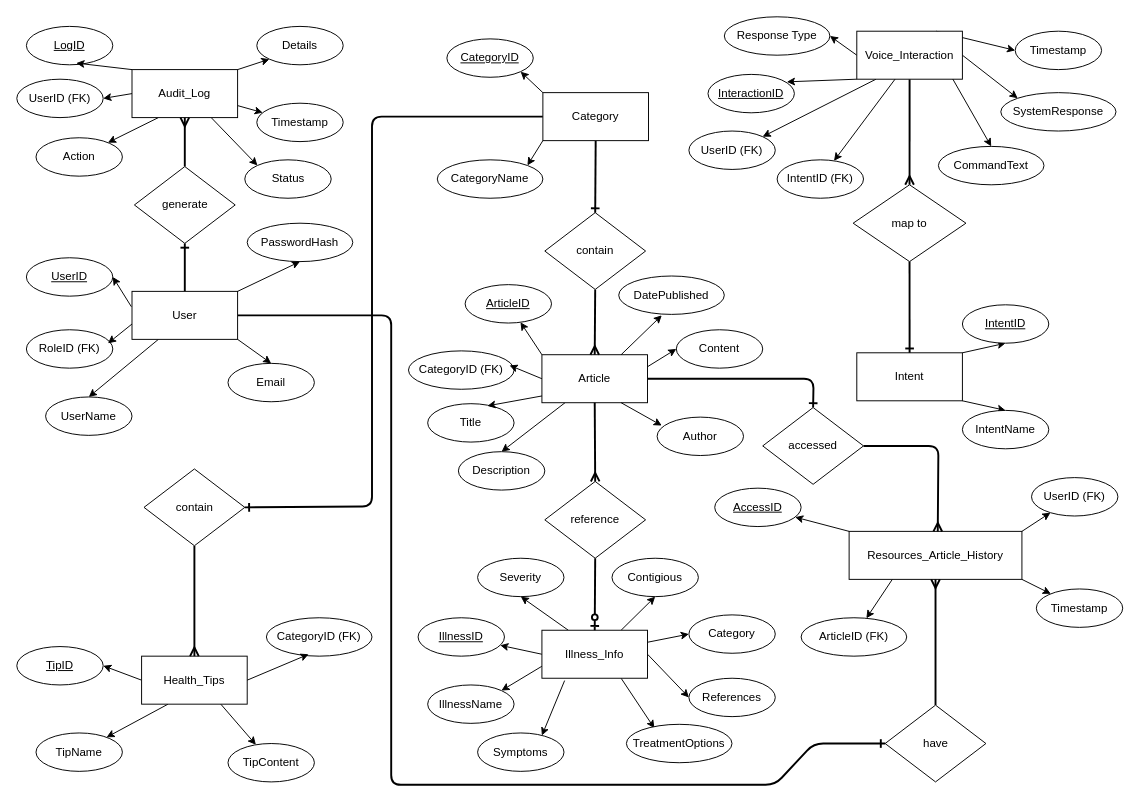
Before: MediHelp/src/entity-relationship-diagram/medihelp2.drawio in BlueXhima/MediHelp, a draw.io diagram. Source tidied: cells renumbered, new cells numbered last; positions are measured from the earlier drawing's top-left corner, leaving out a move shared by most shapes. Both pictures are drawn from the tidied source at 96%, with x=0, y=0 at pixel (16, 16).
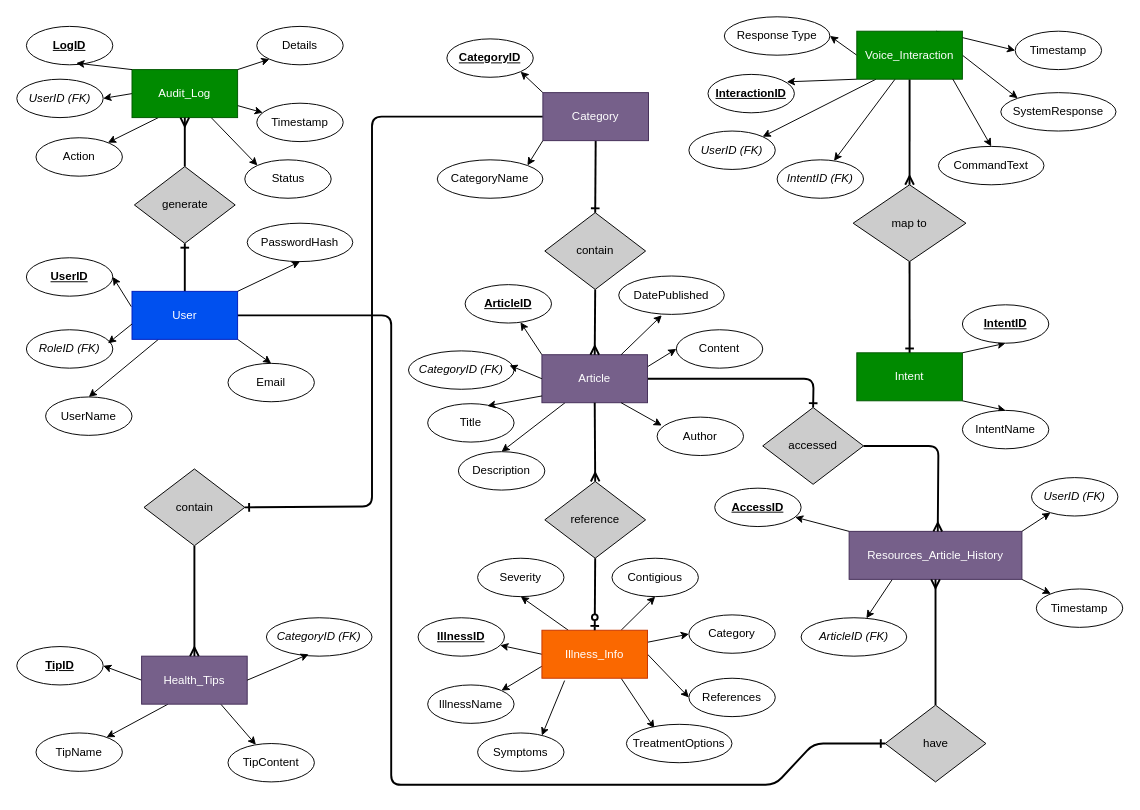
The same diagram, later.

Commit message (it also covers changes not shown here):
Adding colors for Entity Attributes and Relationship

Pa-check kung oks lang yung colors. Tas pacheck narin system if may nagkaligtaan tayong entities at attributes na ilagay.

Diff of the diagram source:
```diff
@@
-    <mxCell id="6" value="Category" style="rounded=0;whiteSpace=wrap;html=1;fontFamily=Helvetica;" parent="1" vertex="1">
+    <mxCell id="6" value="Category" style="rounded=0;whiteSpace=wrap;html=1;fontFamily=Helvetica;fillColor=#76608a;fontColor=#ffffff;strokeColor=#432D57;" parent="1" vertex="1">
       <mxGeometry x="548" y="79" width="110" height="50" as="geometry" />
     </mxCell>
-    <mxCell id="7" value="&lt;u&gt;CategoryID&lt;/u&gt;" style="ellipse;whiteSpace=wrap;html=1;" parent="1" vertex="1">
+    <mxCell id="7" value="&lt;u&gt;CategoryID&lt;/u&gt;" style="ellipse;whiteSpace=wrap;html=1;fontStyle=1;" parent="1" vertex="1">
       <mxGeometry x="448" y="23" width="90" height="40" as="geometry" />
     </mxCell>
@@
-    <mxCell id="13" value="Article" style="rounded=0;whiteSpace=wrap;html=1;fontFamily=Helvetica;" parent="1" vertex="1">
+    <mxCell id="13" value="Article" style="rounded=0;whiteSpace=wrap;html=1;fontFamily=Helvetica;fillColor=#76608a;fontColor=#ffffff;strokeColor=#432D57;" parent="1" vertex="1">
       <mxGeometry x="547" y="352" width="110" height="50" as="geometry" />
     </mxCell>
-    <mxCell id="14" value="&lt;u&gt;ArticleID&lt;/u&gt;" style="ellipse;whiteSpace=wrap;html=1;" parent="1" vertex="1">
+    <mxCell id="14" value="&lt;u&gt;ArticleID&lt;/u&gt;" style="ellipse;whiteSpace=wrap;html=1;fontStyle=1;" parent="1" vertex="1">
       <mxGeometry x="467" y="279" width="90" height="40" as="geometry" />
     </mxCell>
-    <mxCell id="15" value="CategoryID (FK)" style="ellipse;whiteSpace=wrap;html=1;" parent="1" vertex="1">
+    <mxCell id="15" value="CategoryID (FK)" style="ellipse;whiteSpace=wrap;html=1;fontStyle=2;" parent="1" vertex="1">
       <mxGeometry x="408" y="348" width="110" height="40" as="geometry" />
     </mxCell>
@@
-    <mxCell id="28" value="Health_Tips" style="rounded=0;whiteSpace=wrap;html=1;fontFamily=Helvetica;" parent="1" vertex="1">
+    <mxCell id="28" value="Health_Tips" style="rounded=0;whiteSpace=wrap;html=1;fontFamily=Helvetica;fillColor=#76608a;fontColor=#ffffff;strokeColor=#432D57;" parent="1" vertex="1">
       <mxGeometry x="130" y="666" width="110" height="50" as="geometry" />
     </mxCell>
-    <mxCell id="29" value="&lt;u&gt;TipID&lt;/u&gt;" style="ellipse;whiteSpace=wrap;html=1;" parent="1" vertex="1">
+    <mxCell id="29" value="&lt;u&gt;TipID&lt;/u&gt;" style="ellipse;whiteSpace=wrap;html=1;fontStyle=1;" parent="1" vertex="1">
       <mxGeometry y="656" width="90" height="40" as="geometry" />
     </mxCell>
@@
-    <mxCell id="32" value="CategoryID (FK)" style="ellipse;whiteSpace=wrap;html=1;" parent="1" vertex="1">
+    <mxCell id="32" value="CategoryID (FK)" style="ellipse;whiteSpace=wrap;html=1;fontStyle=2;" parent="1" vertex="1">
       <mxGeometry x="260" y="626" width="110" height="40" as="geometry" />
     </mxCell>
@@
-    <mxCell id="38" value="Resources_Article_History" style="rounded=0;whiteSpace=wrap;html=1;fontFamily=Helvetica;" parent="1" vertex="1">
+    <mxCell id="38" value="Resources_Article_History" style="rounded=0;whiteSpace=wrap;html=1;fontFamily=Helvetica;fillColor=#76608a;fontColor=#ffffff;strokeColor=#432D57;" parent="1" vertex="1">
       <mxGeometry x="867" y="536" width="180" height="50" as="geometry" />
     </mxCell>
-    <mxCell id="39" value="&lt;u&gt;AccessID&lt;/u&gt;" style="ellipse;whiteSpace=wrap;html=1;" parent="1" vertex="1">
+    <mxCell id="39" value="&lt;u&gt;AccessID&lt;/u&gt;" style="ellipse;whiteSpace=wrap;html=1;fontStyle=1;" parent="1" vertex="1">
       <mxGeometry x="727" y="491" width="90" height="40" as="geometry" />
     </mxCell>
-    <mxCell id="40" value="UserID (FK)" style="ellipse;whiteSpace=wrap;html=1;" parent="1" vertex="1">
+    <mxCell id="40" value="UserID (FK)" style="ellipse;whiteSpace=wrap;html=1;fontStyle=2;" parent="1" vertex="1">
       <mxGeometry x="1057" y="480" width="90" height="40" as="geometry" />
     </mxCell>
-    <mxCell id="41" value="ArticleID (FK)" style="ellipse;whiteSpace=wrap;html=1;" parent="1" vertex="1">
+    <mxCell id="41" value="ArticleID (FK)" style="ellipse;whiteSpace=wrap;html=1;fontStyle=2;" parent="1" vertex="1">
       <mxGeometry x="817" y="626" width="110" height="40" as="geometry" />
     </mxCell>
@@
-    <mxCell id="45" value="Intent" style="rounded=0;whiteSpace=wrap;html=1;fontFamily=Helvetica;" parent="1" vertex="1">
+    <mxCell id="45" value="Intent" style="rounded=0;whiteSpace=wrap;html=1;fontFamily=Helvetica;fillColor=#008a00;fontColor=#ffffff;strokeColor=#005700;" parent="1" vertex="1">
       <mxGeometry x="875" y="350" width="110" height="50" as="geometry" />
     </mxCell>
@@
-    <mxCell id="51" value="Audit_Log" style="rounded=0;whiteSpace=wrap;html=1;fontFamily=Helvetica;" parent="1" vertex="1">
+    <mxCell id="51" value="Audit_Log" style="rounded=0;whiteSpace=wrap;html=1;fontFamily=Helvetica;fillColor=#008a00;fontColor=#ffffff;strokeColor=#005700;" parent="1" vertex="1">
       <mxGeometry x="120" y="55" width="110" height="50" as="geometry" />
     </mxCell>
-    <mxCell id="52" value="&lt;u&gt;LogID&lt;/u&gt;" style="ellipse;whiteSpace=wrap;html=1;" parent="1" vertex="1">
+    <mxCell id="52" value="&lt;u&gt;LogID&lt;/u&gt;" style="ellipse;whiteSpace=wrap;html=1;fontStyle=1;" parent="1" vertex="1">
       <mxGeometry x="10" y="10" width="90" height="40" as="geometry" />
     </mxCell>
-    <mxCell id="53" value="UserID (FK)" style="ellipse;whiteSpace=wrap;html=1;" parent="1" vertex="1">
+    <mxCell id="53" value="UserID (FK)" style="ellipse;whiteSpace=wrap;html=1;fontStyle=2;" parent="1" vertex="1">
       <mxGeometry y="65" width="90" height="40" as="geometry" />
     </mxCell>
@@
-    <mxCell id="58" value="&lt;u&gt;IntentID&lt;/u&gt;" style="ellipse;whiteSpace=wrap;html=1;" parent="1" vertex="1">
+    <mxCell id="58" value="&lt;u&gt;IntentID&lt;/u&gt;" style="ellipse;whiteSpace=wrap;html=1;fontStyle=1;" parent="1" vertex="1">
       <mxGeometry x="985" y="300" width="90" height="40" as="geometry" />
     </mxCell>
@@
-    <mxCell id="67" value="Voice_Interaction" style="rounded=0;whiteSpace=wrap;html=1;fontFamily=Helvetica;" parent="1" vertex="1">
+    <mxCell id="67" value="Voice_Interaction" style="rounded=0;whiteSpace=wrap;html=1;fontFamily=Helvetica;fillColor=#008a00;fontColor=#ffffff;strokeColor=#005700;" parent="1" vertex="1">
       <mxGeometry x="875" y="15" width="110" height="50" as="geometry" />
     </mxCell>
-    <mxCell id="68" value="&lt;u&gt;InteractionID&lt;/u&gt;" style="ellipse;whiteSpace=wrap;html=1;" parent="1" vertex="1">
+    <mxCell id="68" value="&lt;u&gt;InteractionID&lt;/u&gt;" style="ellipse;whiteSpace=wrap;html=1;fontStyle=1;" parent="1" vertex="1">
       <mxGeometry x="720" y="60" width="90" height="40" as="geometry" />
     </mxCell>
-    <mxCell id="69" value="UserID (FK)" style="ellipse;whiteSpace=wrap;html=1;" parent="1" vertex="1">
+    <mxCell id="69" value="UserID (FK)" style="ellipse;whiteSpace=wrap;html=1;fontStyle=2;" parent="1" vertex="1">
       <mxGeometry x="700.1" y="119" width="90" height="40" as="geometry" />
     </mxCell>
-    <mxCell id="70" value="IntentID (FK)" style="ellipse;whiteSpace=wrap;html=1;" parent="1" vertex="1">
+    <mxCell id="70" value="IntentID (FK)" style="ellipse;whiteSpace=wrap;html=1;fontStyle=2;" parent="1" vertex="1">
       <mxGeometry x="792" y="149" width="90" height="40" as="geometry" />
     </mxCell>
@@
-    <mxCell id="76" value="map to" style="rhombus;whiteSpace=wrap;html=1;" parent="1" vertex="1">
+    <mxCell id="76" value="map to" style="rhombus;whiteSpace=wrap;html=1;fillColor=#CCCCCC;fontStyle=0;" parent="1" vertex="1">
       <mxGeometry x="871.2" y="175" width="117.5" height="80" as="geometry" />
     </mxCell>
@@
-    <mxCell id="83" value="User" style="rounded=0;whiteSpace=wrap;html=1;fontFamily=Helvetica;" parent="1" vertex="1">
+    <mxCell id="83" value="User" style="rounded=0;whiteSpace=wrap;html=1;fontFamily=Helvetica;fillColor=#0050ef;fontColor=#ffffff;strokeColor=#001DBC;" parent="1" vertex="1">
       <mxGeometry x="120" y="286" width="110" height="50" as="geometry" />
     </mxCell>
-    <mxCell id="84" value="&lt;u&gt;UserID&lt;/u&gt;" style="ellipse;whiteSpace=wrap;html=1;" parent="1" vertex="1">
+    <mxCell id="84" value="&lt;u&gt;UserID&lt;/u&gt;" style="ellipse;whiteSpace=wrap;html=1;fontStyle=1;" parent="1" vertex="1">
       <mxGeometry x="10" y="251" width="90" height="40" as="geometry" />
     </mxCell>
@@
-    <mxCell id="88" value="RoleID (FK)" style="ellipse;whiteSpace=wrap;html=1;" parent="1" vertex="1">
+    <mxCell id="88" value="RoleID (FK)" style="ellipse;whiteSpace=wrap;html=1;fontStyle=2;" parent="1" vertex="1">
       <mxGeometry x="10" y="326" width="90" height="40" as="geometry" />
     </mxCell>
@@
-    <mxCell id="91" value="generate" style="rhombus;whiteSpace=wrap;html=1;" parent="1" vertex="1">
+    <mxCell id="91" value="generate" style="rhombus;whiteSpace=wrap;html=1;fillColor=#CCCCCC;fontStyle=0;" parent="1" vertex="1">
       <mxGeometry x="122.5" y="156" width="105" height="80" as="geometry" />
     </mxCell>
@@
-    <mxCell id="93" value="contain" style="rhombus;whiteSpace=wrap;html=1;" parent="1" vertex="1">
+    <mxCell id="93" value="contain" style="rhombus;whiteSpace=wrap;html=1;fillColor=#CCCCCC;fontStyle=0;" parent="1" vertex="1">
       <mxGeometry x="550" y="204" width="105" height="80" as="geometry" />
     </mxCell>
@@
-    <mxCell id="102" value="Illness_Info" style="rounded=0;whiteSpace=wrap;html=1;fontFamily=Helvetica;" parent="1" vertex="1">
+    <mxCell id="102" value="Illness_Info" style="rounded=0;whiteSpace=wrap;html=1;fontFamily=Helvetica;fillColor=#fa6800;fontColor=#FFFFFF;strokeColor=#C73500;" parent="1" vertex="1">
       <mxGeometry x="547" y="639" width="110" height="50" as="geometry" />
     </mxCell>
-    <mxCell id="103" value="&lt;u&gt;IllnessID&lt;/u&gt;" style="ellipse;whiteSpace=wrap;html=1;" parent="1" vertex="1">
+    <mxCell id="103" value="&lt;u&gt;IllnessID&lt;/u&gt;" style="ellipse;whiteSpace=wrap;html=1;fontStyle=1;" parent="1" vertex="1">
       <mxGeometry x="418" y="626" width="90" height="40" as="geometry" />
     </mxCell>
@@
-    <mxCell id="109" value="reference" style="rhombus;whiteSpace=wrap;html=1;" parent="1" vertex="1">
+    <mxCell id="109" value="reference" style="rhombus;whiteSpace=wrap;html=1;fillColor=#CCCCCC;fontStyle=0;" parent="1" vertex="1">
       <mxGeometry x="550" y="484" width="105" height="80" as="geometry" />
     </mxCell>
@@
-    <mxCell id="112" value="contain" style="rhombus;whiteSpace=wrap;html=1;" parent="1" vertex="1">
+    <mxCell id="112" value="contain" style="rhombus;whiteSpace=wrap;html=1;fillColor=#CCCCCC;fontStyle=0;" parent="1" vertex="1">
       <mxGeometry x="132.5" y="471" width="105" height="80" as="geometry" />
     </mxCell>
@@
-    <mxCell id="114" value="have" style="rhombus;whiteSpace=wrap;html=1;" parent="1" vertex="1">
+    <mxCell id="114" value="have" style="rhombus;whiteSpace=wrap;html=1;fillColor=#CCCCCC;fontStyle=0;" parent="1" vertex="1">
       <mxGeometry x="904.5" y="717" width="105" height="80" as="geometry" />
     </mxCell>
@@
-    <mxCell id="116" value="accessed" style="rhombus;whiteSpace=wrap;html=1;" parent="1" vertex="1">
+    <mxCell id="116" value="accessed" style="rhombus;whiteSpace=wrap;html=1;fillColor=#CCCCCC;fontStyle=0;" parent="1" vertex="1">
       <mxGeometry x="777" y="407" width="105" height="80" as="geometry" />
     </mxCell>
```
